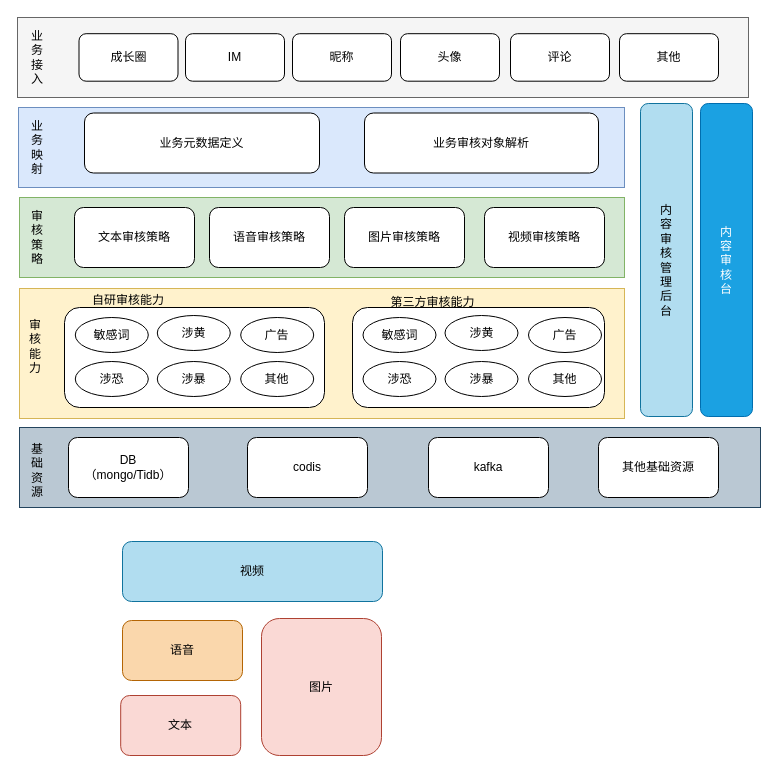
The draw.io diagram page "内容安全架构" (12 of 17) of 系统架构0.drawio in joeytang/imgs, before the edit. Source tidied: cells renumbered, new cells numbered last; positions are measured from the earlier drawing's top-left corner, leaving out a move shared by most shapes. Both pictures are drawn from the tidied source at 100%, with x=0, y=0 at pixel (17, 17).
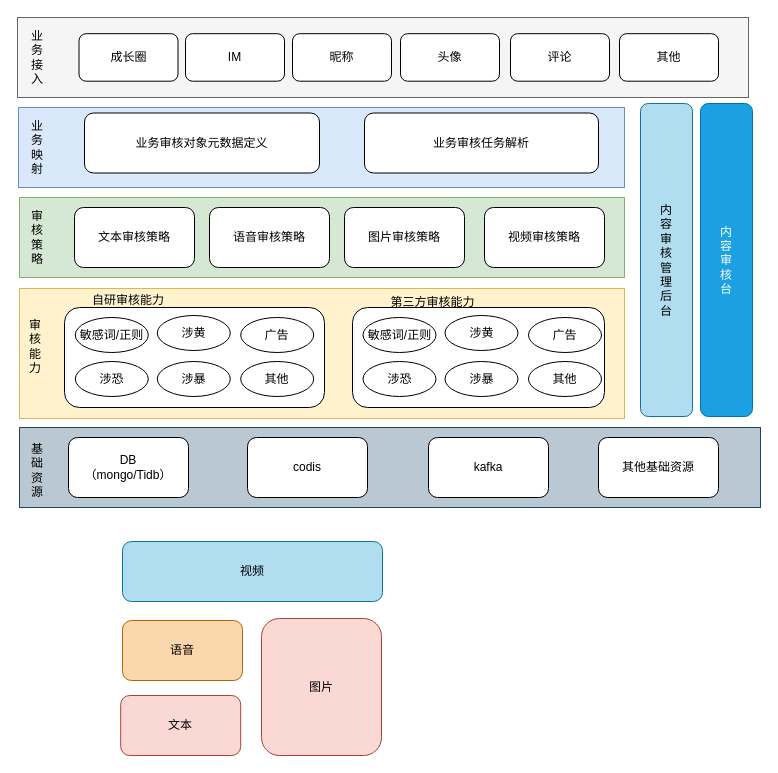
Above is the later version.

Change to the diagram source:
```diff
@@
-    <mxCell id="9" value="业务元数据定义" style="rounded=1;whiteSpace=wrap;html=1;" parent="1" vertex="1">
+    <mxCell id="9" value="业务审核对象元数据定义" style="rounded=1;whiteSpace=wrap;html=1;" parent="1" vertex="1">
       <mxGeometry x="67" y="95.5" width="235" height="60" as="geometry" />
     </mxCell>
@@
-    <mxCell id="23" value="业务审核对象解析" style="rounded=1;whiteSpace=wrap;html=1;" parent="1" vertex="1">
+    <mxCell id="23" value="业务审核任务解析" style="rounded=1;whiteSpace=wrap;html=1;" parent="1" vertex="1">
       <mxGeometry x="347" y="95.5" width="234" height="60" as="geometry" />
     </mxCell>
@@
-    <mxCell id="34" value="敏感词" style="ellipse;whiteSpace=wrap;html=1;" parent="1" vertex="1">
+    <mxCell id="34" value="敏感词/正则" style="ellipse;whiteSpace=wrap;html=1;" parent="1" vertex="1">
       <mxGeometry x="345.5" y="300" width="73" height="35" as="geometry" />
     </mxCell>
@@
-    <mxCell id="43" value="敏感词" style="ellipse;whiteSpace=wrap;html=1;" parent="1" vertex="1">
+    <mxCell id="43" value="敏感词/正则" style="ellipse;whiteSpace=wrap;html=1;" parent="1" vertex="1">
       <mxGeometry x="57.8" y="300" width="73" height="35" as="geometry" />
     </mxCell>
```
